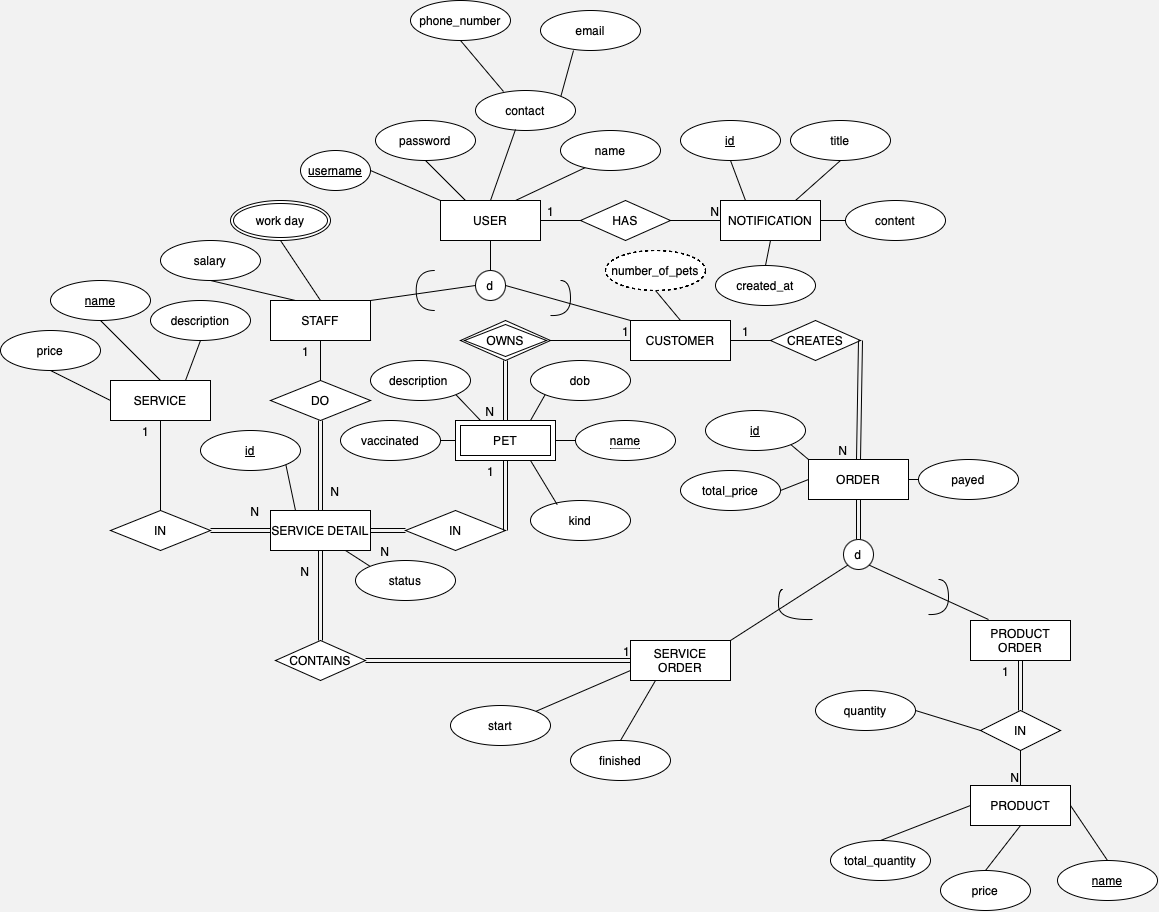
Earlier version of the draw.io export pet-spa-erd.drawio.png (blueonline07/auth-demo). Source tidied: cells renumbered, new cells last; positions are measured from the earlier drawing's top-left corner, leaving out a move shared by most shapes.
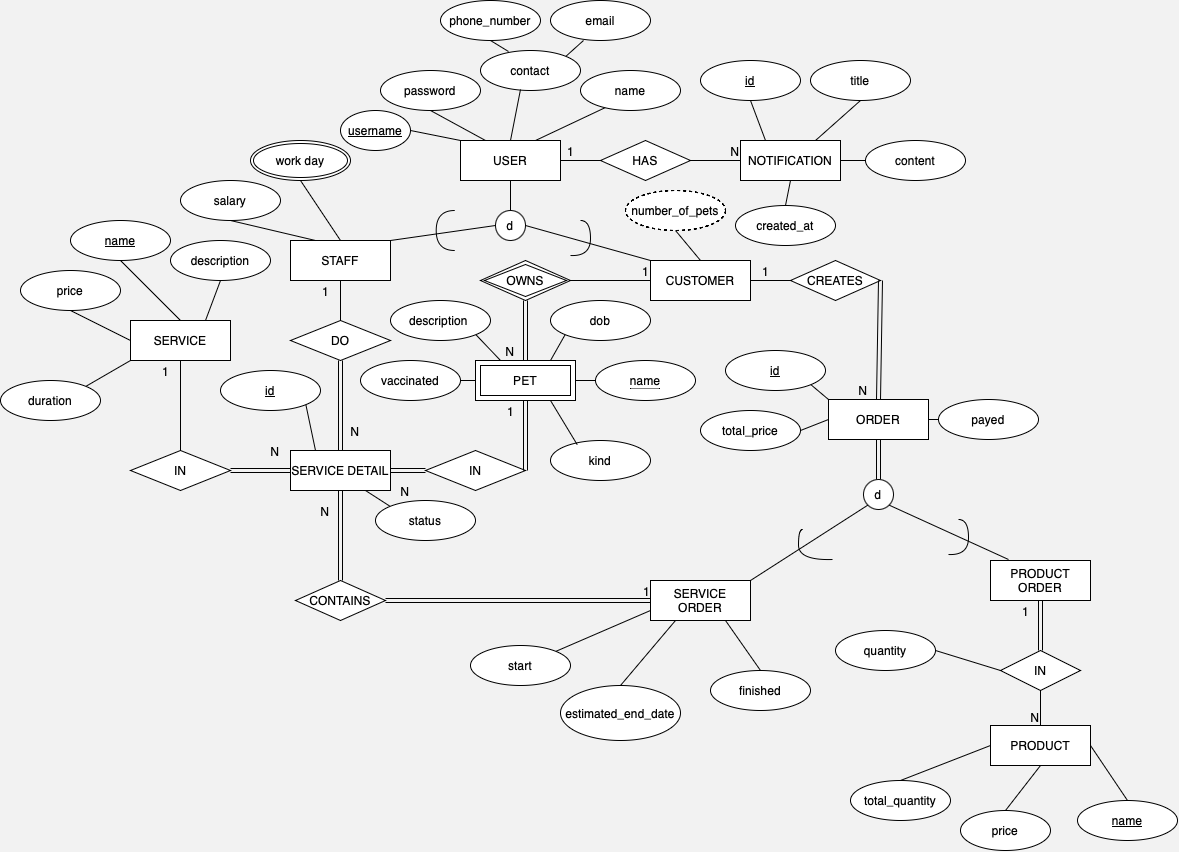
Above is the later version.

The edit, as a diff of the source:
```diff
@@ -158,7 +158,7 @@
       </mxGeometry>
     </mxCell>
     <mxCell id="47" value="&lt;u&gt;username&lt;/u&gt;" style="ellipse;whiteSpace=wrap;html=1;" parent="1" vertex="1">
-      <mxGeometry x="300" y="150" width="70" height="40" as="geometry" />
+      <mxGeometry x="320" y="170" width="70" height="40" as="geometry" />
     </mxCell>
     <mxCell id="48" style="endArrow=none;html=1;rounded=0;exitX=1;exitY=0.5;exitDx=0;exitDy=0;entryX=0;entryY=0;entryDx=0;entryDy=0;" parent="1" edge="1" source="47" target="6">
       <mxGeometry relative="1" as="geometry" />
@@ -167,7 +167,7 @@
       <mxGeometry relative="1" as="geometry" />
     </mxCell>
     <mxCell id="50" value="password" style="ellipse;whiteSpace=wrap;html=1;align=center;" parent="1" vertex="1">
-      <mxGeometry x="375" y="120" width="100" height="40" as="geometry" />
+      <mxGeometry x="360" y="130" width="100" height="40" as="geometry" />
     </mxCell>
     <mxCell id="51" style="endArrow=none;html=1;rounded=0;exitX=0.75;exitY=0;exitDx=0;exitDy=0;entryX=0.25;entryY=0.925;entryDx=0;entryDy=0;entryPerimeter=0;" parent="1" edge="1" source="6" target="122">
       <mxGeometry relative="1" as="geometry" />
@@ -252,7 +252,7 @@
       <mxGeometry x="450" y="705" width="100" height="40" as="geometry" />
     </mxCell>
     <mxCell id="77" value="finished" style="ellipse;whiteSpace=wrap;html=1;align=center;" parent="1" vertex="1">
-      <mxGeometry x="570" y="740" width="100" height="40" as="geometry" />
+      <mxGeometry x="690" y="730" width="100" height="40" as="geometry" />
     </mxCell>
     <mxCell id="78" value="status" style="ellipse;whiteSpace=wrap;html=1;align=center;" parent="1" vertex="1">
       <mxGeometry x="355" y="560" width="100" height="40" as="geometry" />
@@ -260,7 +260,7 @@
     <mxCell id="79" style="endArrow=none;html=1;rounded=0;exitX=0;exitY=0.75;exitDx=0;exitDy=0;entryX=1;entryY=0;entryDx=0;entryDy=0;" parent="1" edge="1" source="23" target="76">
       <mxGeometry relative="1" as="geometry" />
     </mxCell>
-    <mxCell id="80" style="endArrow=none;html=1;rounded=0;exitX=0.25;exitY=1;exitDx=0;exitDy=0;entryX=0.5;entryY=0;entryDx=0;entryDy=0;" parent="1" edge="1" source="23" target="77">
+    <mxCell id="80" style="endArrow=none;html=1;rounded=0;exitX=0.75;exitY=1;exitDx=0;exitDy=0;entryX=0.5;entryY=0;entryDx=0;entryDy=0;" parent="1" edge="1" source="23" target="77">
       <mxGeometry relative="1" as="geometry" />
     </mxCell>
     <mxCell id="81" style="endArrow=none;html=1;rounded=0;exitX=0.75;exitY=1;exitDx=0;exitDy=0;entryX=0;entryY=0;entryDx=0;entryDy=0;" parent="1" edge="1" source="11" target="78">
@@ -423,13 +423,13 @@
       <mxGeometry x="560" y="130" width="100" height="40" as="geometry" />
     </mxCell>
     <mxCell id="123" value="contact" style="ellipse;whiteSpace=wrap;html=1;align=center;" parent="1" vertex="1">
-      <mxGeometry x="475" y="90" width="100" height="40" as="geometry" />
+      <mxGeometry x="460" y="110" width="100" height="40" as="geometry" />
     </mxCell>
     <mxCell id="124" value="phone_number" style="ellipse;whiteSpace=wrap;html=1;align=center;" parent="1" vertex="1">
-      <mxGeometry x="410" width="100" height="40" as="geometry" />
+      <mxGeometry x="420" y="60" width="100" height="40" as="geometry" />
     </mxCell>
     <mxCell id="125" value="email" style="ellipse;whiteSpace=wrap;html=1;align=center;" parent="1" vertex="1">
-      <mxGeometry x="540" y="10" width="100" height="40" as="geometry" />
+      <mxGeometry x="530" y="60" width="100" height="40" as="geometry" />
     </mxCell>
     <mxCell id="126" style="endArrow=none;html=1;rounded=0;entryX=0.5;entryY=1;entryDx=0;entryDy=0;exitX=0.28;exitY=0.025;exitDx=0;exitDy=0;exitPerimeter=0;" parent="1" edge="1" source="123" target="124">
       <mxGeometry relative="1" as="geometry" />
@@ -440,5 +440,17 @@
     <mxCell id="128" style="endArrow=none;html=1;rounded=0;entryX=0.4;entryY=0.975;entryDx=0;entryDy=0;exitX=0.5;exitY=0;exitDx=0;exitDy=0;entryPerimeter=0;" parent="1" edge="1" source="6" target="123">
       <mxGeometry relative="1" as="geometry" />
     </mxCell>
+    <mxCell id="129" value="estimated_end_date" style="ellipse;whiteSpace=wrap;html=1;align=center;" parent="1" vertex="1">
+      <mxGeometry x="540" y="745" width="120" height="55" as="geometry" />
+    </mxCell>
+    <mxCell id="130" value="duration" style="ellipse;whiteSpace=wrap;html=1;align=center;" parent="1" vertex="1">
+      <mxGeometry x="-20" y="440" width="100" height="40" as="geometry" />
+    </mxCell>
+    <mxCell id="131" style="endArrow=none;html=1;rounded=0;exitX=1;exitY=0;exitDx=0;exitDy=0;entryX=0;entryY=1;entryDx=0;entryDy=0;" parent="1" edge="1" source="130" target="3">
+      <mxGeometry relative="1" as="geometry" />
+    </mxCell>
+    <mxCell id="132" style="endArrow=none;html=1;rounded=0;entryX=0.25;entryY=1;entryDx=0;entryDy=0;exitX=0.5;exitY=0;exitDx=0;exitDy=0;" parent="1" edge="1" source="129" target="23">
+      <mxGeometry relative="1" as="geometry" />
+    </mxCell>
   </root>
 </mxGraphModel>
```
